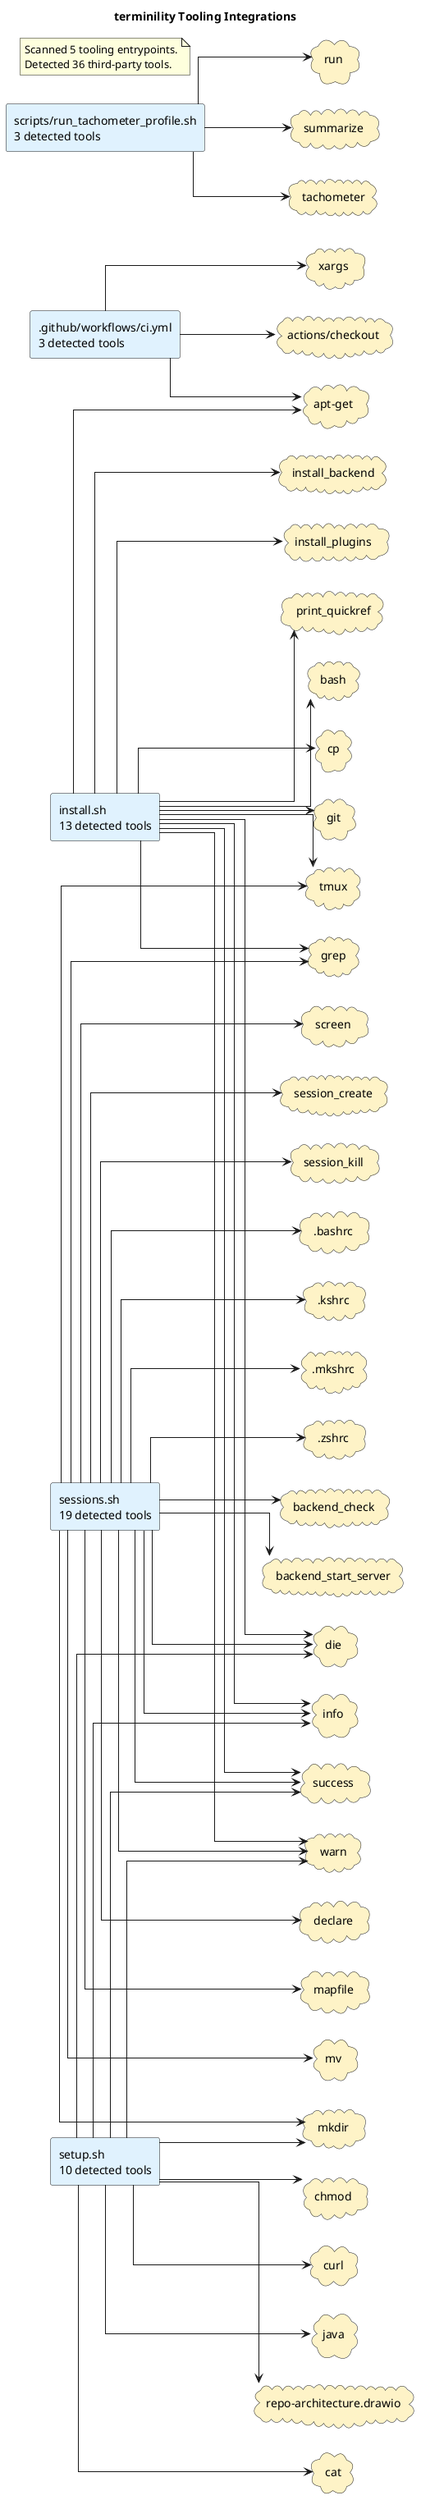
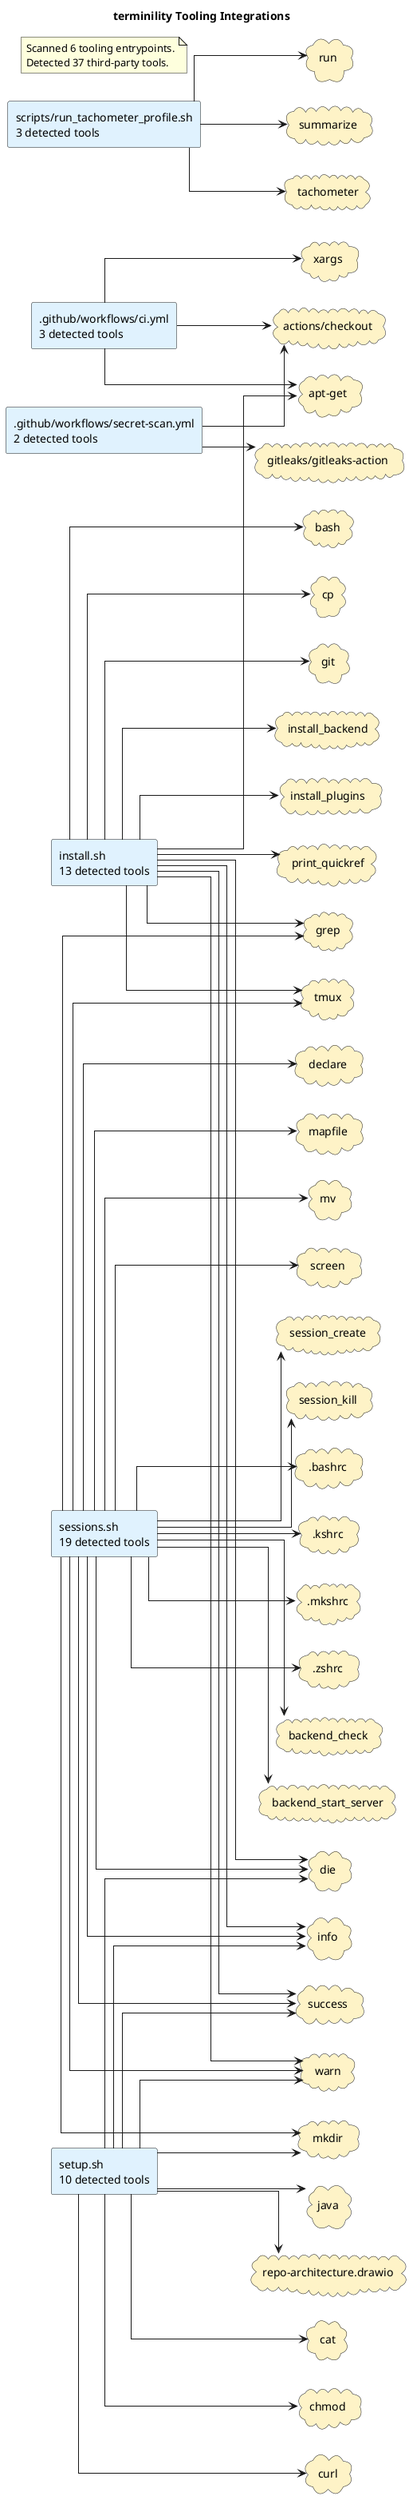
@startuml
title terminility Tooling Integrations
left to right direction
skinparam shadowing false
skinparam defaultFontName Monospace
skinparam componentStyle rectangle
skinparam linetype ortho
rectangle ".github/workflows/ci.yml\n3 detected tools" as source_github_workflows_ci_yml #E0F2FE
+ rectangle ".github/workflows/secret-scan.yml\n2 detected tools" as source_github_workflows_secret_scan_yml #E0F2FE
rectangle "install.sh\n13 detected tools" as source_install_sh #E0F2FE
rectangle "scripts/run_tachometer_profile.sh\n3 detected tools" as source_scripts_run_tachometer_profile_sh #E0F2FE
rectangle "sessions.sh\n19 detected tools" as source_sessions_sh #E0F2FE
rectangle "setup.sh\n10 detected tools" as source_setup_sh #E0F2FE
cloud ".bashrc" as tool_bashrc #FEF3C7
cloud ".kshrc" as tool_kshrc #FEF3C7
cloud ".mkshrc" as tool_mkshrc #FEF3C7
cloud ".zshrc" as tool_zshrc #FEF3C7
cloud "actions/checkout" as tool_actions_checkout #FEF3C7
cloud "apt-get" as tool_apt_get #FEF3C7
cloud "backend_check" as tool_backend_check #FEF3C7
cloud "backend_start_server" as tool_backend_start_server #FEF3C7
cloud "bash" as tool_bash #FEF3C7
cloud "cat" as tool_cat #FEF3C7
cloud "chmod" as tool_chmod #FEF3C7
cloud "cp" as tool_cp #FEF3C7
cloud "curl" as tool_curl #FEF3C7
cloud "declare" as tool_declare #FEF3C7
cloud "die" as tool_die #FEF3C7
cloud "git" as tool_git #FEF3C7
+ cloud "gitleaks/gitleaks-action" as tool_gitleaks_gitleaks_action #FEF3C7
cloud "grep" as tool_grep #FEF3C7
cloud "info" as tool_info #FEF3C7
cloud "install_backend" as tool_install_backend #FEF3C7
cloud "install_plugins" as tool_install_plugins #FEF3C7
cloud "java" as tool_java #FEF3C7
cloud "mapfile" as tool_mapfile #FEF3C7
cloud "mkdir" as tool_mkdir #FEF3C7
cloud "mv" as tool_mv #FEF3C7
cloud "print_quickref" as tool_print_quickref #FEF3C7
cloud "repo-architecture.drawio" as tool_repo_architecture_drawio #FEF3C7
cloud "run" as tool_run #FEF3C7
cloud "screen" as tool_screen #FEF3C7
cloud "session_create" as tool_session_create #FEF3C7
cloud "session_kill" as tool_session_kill #FEF3C7
cloud "success" as tool_success #FEF3C7
cloud "summarize" as tool_summarize #FEF3C7
cloud "tachometer" as tool_tachometer #FEF3C7
cloud "tmux" as tool_tmux #FEF3C7
cloud "warn" as tool_warn #FEF3C7
cloud "xargs" as tool_xargs #FEF3C7
source_github_workflows_ci_yml --> tool_actions_checkout
source_github_workflows_ci_yml --> tool_apt_get
source_github_workflows_ci_yml --> tool_xargs
+ source_github_workflows_secret_scan_yml --> tool_actions_checkout
+ source_github_workflows_secret_scan_yml --> tool_gitleaks_gitleaks_action
source_install_sh --> tool_apt_get
source_install_sh --> tool_bash
source_install_sh --> tool_cp
source_install_sh --> tool_die
source_install_sh --> tool_git
source_install_sh --> tool_grep
source_install_sh --> tool_info
source_install_sh --> tool_install_backend
source_install_sh --> tool_install_plugins
source_install_sh --> tool_print_quickref
source_install_sh --> tool_success
source_install_sh --> tool_tmux
source_install_sh --> tool_warn
source_scripts_run_tachometer_profile_sh --> tool_run
source_scripts_run_tachometer_profile_sh --> tool_summarize
source_scripts_run_tachometer_profile_sh --> tool_tachometer
source_sessions_sh --> tool_bashrc
source_sessions_sh --> tool_kshrc
source_sessions_sh --> tool_mkshrc
source_sessions_sh --> tool_zshrc
source_sessions_sh --> tool_backend_check
source_sessions_sh --> tool_backend_start_server
source_sessions_sh --> tool_declare
source_sessions_sh --> tool_die
source_sessions_sh --> tool_grep
source_sessions_sh --> tool_info
source_sessions_sh --> tool_mapfile
source_sessions_sh --> tool_mkdir
source_sessions_sh --> tool_mv
source_sessions_sh --> tool_screen
source_sessions_sh --> tool_session_create
source_sessions_sh --> tool_session_kill
source_sessions_sh --> tool_success
source_sessions_sh --> tool_tmux
source_sessions_sh --> tool_warn
source_setup_sh --> tool_cat
source_setup_sh --> tool_chmod
source_setup_sh --> tool_curl
source_setup_sh --> tool_die
source_setup_sh --> tool_info
source_setup_sh --> tool_java
source_setup_sh --> tool_mkdir
source_setup_sh --> tool_repo_architecture_drawio
source_setup_sh --> tool_success
source_setup_sh --> tool_warn
note as toolingGraphSummary
- Scanned 5 tooling entrypoints.
- Detected 36 third-party tools.
+ Scanned 6 tooling entrypoints.
+ Detected 37 third-party tools.
end note
@enduml
